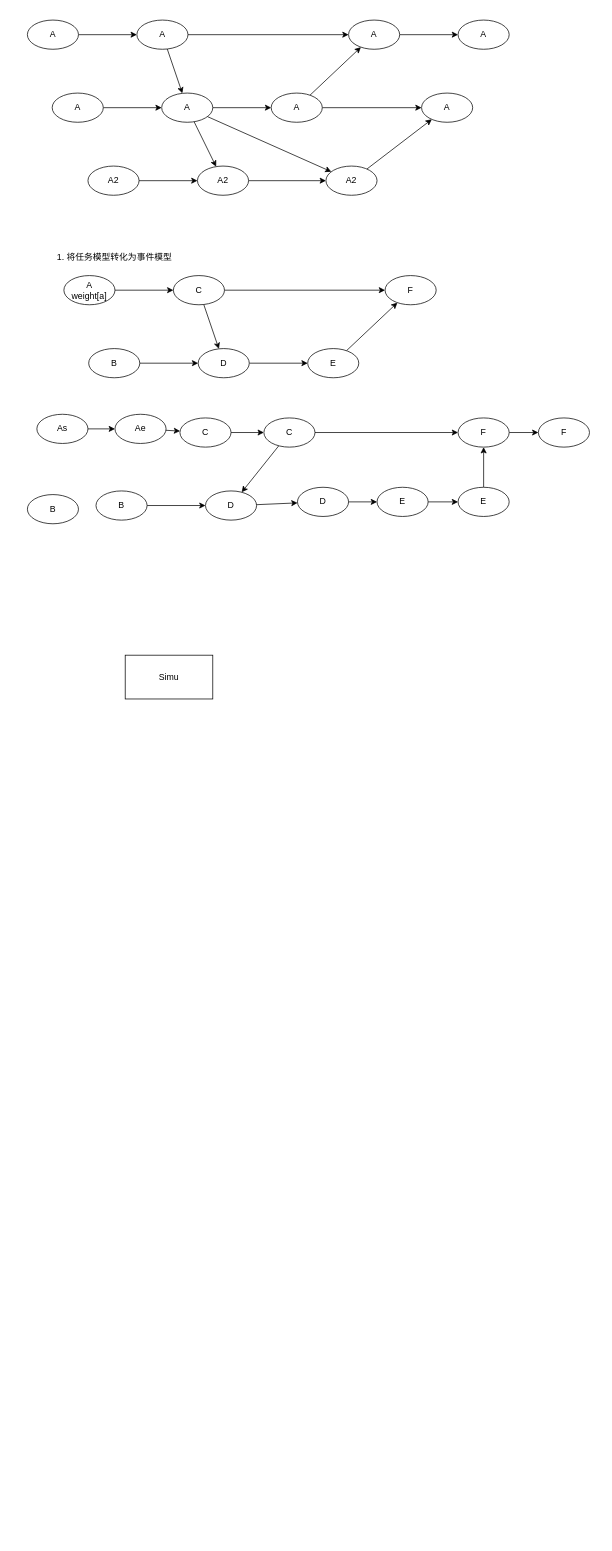
Before: simu.drawio in ShawnZhuang/picture, a draw.io diagram. Source tidied: cells renumbered, new cells numbered last; positions are measured from the earlier drawing's top-left corner, leaving out a move shared by most shapes. Both pictures are drawn from the tidied source at 73%, with x=0, y=0 at pixel (27, 20).
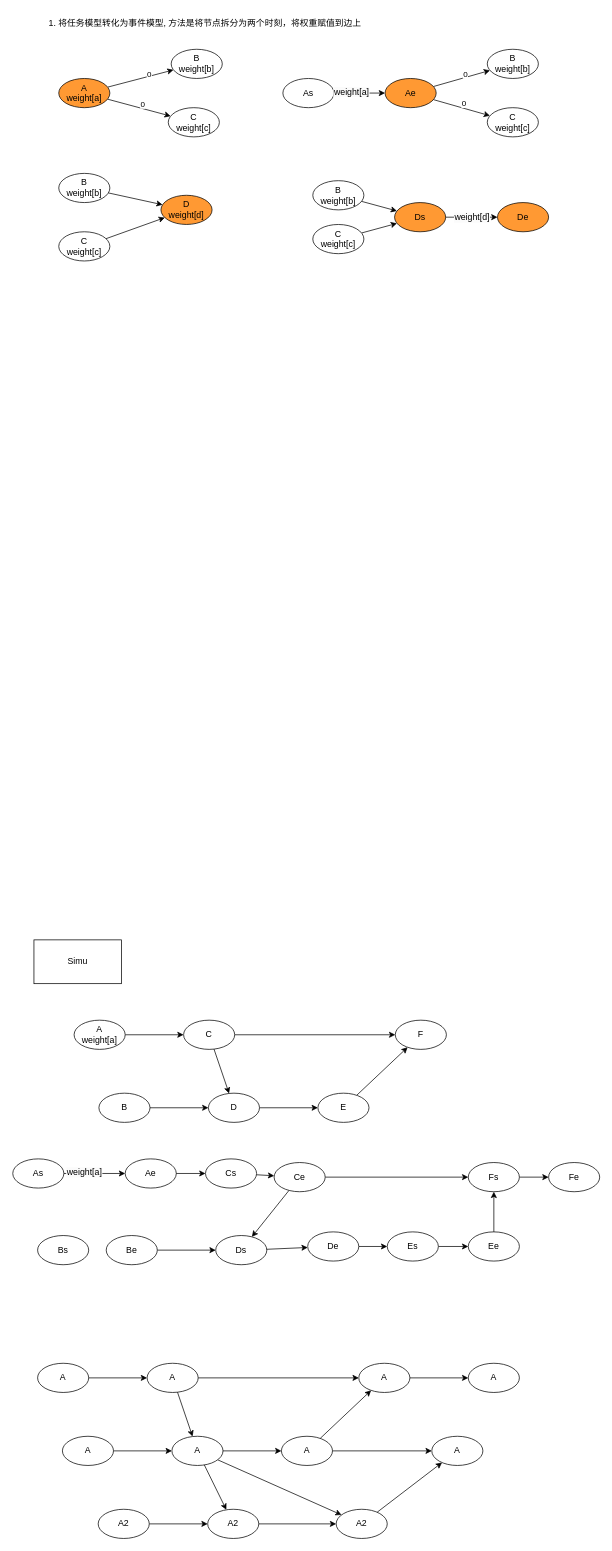
Above is the later version.

The change refers to these unchanged cells:
```xml
<mxCell id="53" style="rounded=0;jettySize=auto;html=1;" parent="1" edge="1" source="47" target="54">
  <mxGeometry relative="1" as="geometry" />
</mxCell>
```

What changed in the source:
```diff
@@
     <mxCell id="2" value="Simu" style="rounded=0;whiteSpace=wrap;html=1;" parent="1" vertex="1">
-      <mxGeometry x="134" y="870" width="120" height="60" as="geometry" />
+      <mxGeometry x="9" y="1260" width="120" height="60" as="geometry" />
     </mxCell>
@@
     <mxCell id="4" value="A2" style="ellipse;whiteSpace=wrap;html=1;" parent="1" vertex="1">
-      <mxGeometry x="83" y="200" width="70" height="40" as="geometry" />
+      <mxGeometry x="97" y="2040" width="70" height="40" as="geometry" />
     </mxCell>
@@
     <mxCell id="6" value="A" style="ellipse;whiteSpace=wrap;html=1;" parent="1" vertex="1">
-      <mxGeometry x="34" y="100" width="70" height="40" as="geometry" />
+      <mxGeometry x="48" y="1940" width="70" height="40" as="geometry" />
     </mxCell>
@@
     <mxCell id="10" value="A" style="ellipse;whiteSpace=wrap;html=1;" parent="1" vertex="1">
-      <mxGeometry x="184" y="100" width="70" height="40" as="geometry" />
+      <mxGeometry x="198" y="1940" width="70" height="40" as="geometry" />
     </mxCell>
@@
     <mxCell id="13" value="A" style="ellipse;whiteSpace=wrap;html=1;" parent="1" vertex="1">
-      <mxGeometry x="334" y="100" width="70" height="40" as="geometry" />
+      <mxGeometry x="348" y="1940" width="70" height="40" as="geometry" />
     </mxCell>
@@
     <mxCell id="15" value="A2" style="ellipse;whiteSpace=wrap;html=1;" parent="1" vertex="1">
-      <mxGeometry x="233" y="200" width="70" height="40" as="geometry" />
+      <mxGeometry x="247" y="2040" width="70" height="40" as="geometry" />
     </mxCell>
@@
     <mxCell id="17" value="A2" style="ellipse;whiteSpace=wrap;html=1;" parent="1" vertex="1">
-      <mxGeometry x="409" y="200" width="70" height="40" as="geometry" />
+      <mxGeometry x="423" y="2040" width="70" height="40" as="geometry" />
     </mxCell>
     <mxCell id="18" value="A" style="ellipse;whiteSpace=wrap;html=1;" parent="1" vertex="1">
-      <mxGeometry x="540" y="100" width="70" height="40" as="geometry" />
+      <mxGeometry x="554" y="1940" width="70" height="40" as="geometry" />
     </mxCell>
@@
     <mxCell id="20" value="A" style="ellipse;whiteSpace=wrap;html=1;" parent="1" vertex="1">
-      <mxGeometry width="70" height="40" as="geometry" />
+      <mxGeometry x="14" y="1840" width="70" height="40" as="geometry" />
     </mxCell>
@@
     <mxCell id="23" value="A" style="ellipse;whiteSpace=wrap;html=1;" parent="1" vertex="1">
-      <mxGeometry x="150" width="70" height="40" as="geometry" />
+      <mxGeometry x="164" y="1840" width="70" height="40" as="geometry" />
     </mxCell>
@@
     <mxCell id="25" value="A" style="ellipse;whiteSpace=wrap;html=1;" parent="1" vertex="1">
-      <mxGeometry x="440" width="70" height="40" as="geometry" />
+      <mxGeometry x="454" y="1840" width="70" height="40" as="geometry" />
     </mxCell>
     <mxCell id="26" value="A" style="ellipse;whiteSpace=wrap;html=1;" parent="1" vertex="1">
-      <mxGeometry x="590" width="70" height="40" as="geometry" />
+      <mxGeometry x="604" y="1840" width="70" height="40" as="geometry" />
     </mxCell>
@@
     <mxCell id="28" value="B" style="ellipse;whiteSpace=wrap;html=1;" parent="1" vertex="1">
-      <mxGeometry x="84" y="450" width="70" height="40" as="geometry" />
+      <mxGeometry x="98" y="1470" width="70" height="40" as="geometry" />
     </mxCell>
@@
     <mxCell id="30" value="D" style="ellipse;whiteSpace=wrap;html=1;" parent="1" vertex="1">
-      <mxGeometry x="234" y="450" width="70" height="40" as="geometry" />
+      <mxGeometry x="248" y="1470" width="70" height="40" as="geometry" />
     </mxCell>
@@
     <mxCell id="32" value="E" style="ellipse;whiteSpace=wrap;html=1;" parent="1" vertex="1">
-      <mxGeometry x="384" y="450" width="70" height="40" as="geometry" />
+      <mxGeometry x="398" y="1470" width="70" height="40" as="geometry" />
     </mxCell>
@@
     <mxCell id="34" value="A&lt;div&gt;weight[a]&lt;/div&gt;" style="ellipse;whiteSpace=wrap;html=1;" parent="1" vertex="1">
-      <mxGeometry x="50" y="350" width="70" height="40" as="geometry" />
+      <mxGeometry x="64" y="1370" width="70" height="40" as="geometry" />
     </mxCell>
@@
     <mxCell id="37" value="C" style="ellipse;whiteSpace=wrap;html=1;" parent="1" vertex="1">
-      <mxGeometry x="200" y="350" width="70" height="40" as="geometry" />
+      <mxGeometry x="214" y="1370" width="70" height="40" as="geometry" />
     </mxCell>
     <mxCell id="38" value="F" style="ellipse;whiteSpace=wrap;html=1;" parent="1" vertex="1">
-      <mxGeometry x="490" y="350" width="70" height="40" as="geometry" />
+      <mxGeometry x="504" y="1370" width="70" height="40" as="geometry" />
     </mxCell>
-    <mxCell id="39" value="1. 将任务模型转化为事件模型" style="text;html=1;align=center;verticalAlign=middle;strokeColor=none;fillColor=none;" parent="1" vertex="1">
-      <mxGeometry x="29" y="310" width="180" height="30" as="geometry" />
+    <mxCell id="39" value="1. 将任务模型转化为事件模型, 方法是将节点拆分为两个时刻，将权重赋值到边上" style="text;html=1;align=center;verticalAlign=middle;strokeColor=none;fillColor=none;" parent="1" vertex="1">
+      <mxGeometry x="18" y="-10" width="450" height="30" as="geometry" />
     </mxCell>
@@
-    <mxCell id="41" value="B" style="ellipse;whiteSpace=wrap;html=1;" parent="1" vertex="1">
-      <mxGeometry x="94" y="645" width="70" height="40" as="geometry" />
+    <mxCell id="41" value="Be" style="ellipse;whiteSpace=wrap;html=1;" parent="1" vertex="1">
+      <mxGeometry x="108" y="1665" width="70" height="40" as="geometry" />
     </mxCell>
@@
-    <mxCell id="43" value="D" style="ellipse;whiteSpace=wrap;html=1;" parent="1" vertex="1">
-      <mxGeometry x="244" y="645" width="70" height="40" as="geometry" />
+    <mxCell id="43" value="Ds" style="ellipse;whiteSpace=wrap;html=1;" parent="1" vertex="1">
+      <mxGeometry x="258" y="1665" width="70" height="40" as="geometry" />
     </mxCell>
@@
-    <mxCell id="45" value="E" style="ellipse;whiteSpace=wrap;html=1;" parent="1" vertex="1">
-      <mxGeometry x="590" y="640" width="70" height="40" as="geometry" />
+    <mxCell id="45" value="Ee" style="ellipse;whiteSpace=wrap;html=1;" parent="1" vertex="1">
+      <mxGeometry x="604" y="1660" width="70" height="40" as="geometry" />
     </mxCell>
@@
     <mxCell id="47" value="As" style="ellipse;whiteSpace=wrap;html=1;" parent="1" vertex="1">
-      <mxGeometry x="13" y="540" width="70" height="40" as="geometry" />
+      <mxGeometry x="-20" y="1560" width="70" height="40" as="geometry" />
     </mxCell>
@@
-    <mxCell id="50" value="C" style="ellipse;whiteSpace=wrap;html=1;" parent="1" vertex="1">
-      <mxGeometry x="324" y="545" width="70" height="40" as="geometry" />
+    <mxCell id="50" value="Ce" style="ellipse;whiteSpace=wrap;html=1;" parent="1" vertex="1">
+      <mxGeometry x="338" y="1565" width="70" height="40" as="geometry" />
     </mxCell>
@@
-    <mxCell id="52" value="F" style="ellipse;whiteSpace=wrap;html=1;" parent="1" vertex="1">
-      <mxGeometry x="590" y="545" width="70" height="40" as="geometry" />
+    <mxCell id="52" value="Fs" style="ellipse;whiteSpace=wrap;html=1;" parent="1" vertex="1">
+      <mxGeometry x="604" y="1565" width="70" height="40" as="geometry" />
     </mxCell>
@@
+    <mxCell id="63" value="&lt;span style=&quot;font-size: 12px; text-wrap: wrap; background-color: rgb(251, 251, 251);&quot;&gt;weight[a]&lt;/span&gt;" style="edgeLabel;html=1;align=center;verticalAlign=middle;" parent="53" vertex="1">
+      <mxGeometry x="-0.35" y="2" relative="1" as="geometry" />
+    </mxCell>
     <mxCell id="54" value="Ae" style="ellipse;whiteSpace=wrap;html=1;" parent="1" vertex="1">
-      <mxGeometry x="120" y="540" width="70" height="40" as="geometry" />
+      <mxGeometry x="134" y="1560" width="70" height="40" as="geometry" />
     </mxCell>
@@
-    <mxCell id="56" value="C" style="ellipse;whiteSpace=wrap;html=1;" parent="1" vertex="1">
-      <mxGeometry x="209" y="545" width="70" height="40" as="geometry" />
+    <mxCell id="56" value="Cs" style="ellipse;whiteSpace=wrap;html=1;" parent="1" vertex="1">
+      <mxGeometry x="244" y="1560" width="70" height="40" as="geometry" />
     </mxCell>
-    <mxCell id="57" value="B" style="ellipse;whiteSpace=wrap;html=1;" parent="1" vertex="1">
-      <mxGeometry y="650" width="70" height="40" as="geometry" />
+    <mxCell id="57" value="Bs" style="ellipse;whiteSpace=wrap;html=1;" parent="1" vertex="1">
+      <mxGeometry x="14" y="1665" width="70" height="40" as="geometry" />
     </mxCell>
@@
-    <mxCell id="59" value="E" style="ellipse;whiteSpace=wrap;html=1;" parent="1" vertex="1">
-      <mxGeometry x="479" y="640" width="70" height="40" as="geometry" />
+    <mxCell id="59" value="Es" style="ellipse;whiteSpace=wrap;html=1;" parent="1" vertex="1">
+      <mxGeometry x="493" y="1660" width="70" height="40" as="geometry" />
     </mxCell>
@@
-    <mxCell id="61" value="D" style="ellipse;whiteSpace=wrap;html=1;" parent="1" vertex="1">
-      <mxGeometry x="370" y="640" width="70" height="40" as="geometry" />
+    <mxCell id="61" value="De" style="ellipse;whiteSpace=wrap;html=1;" parent="1" vertex="1">
+      <mxGeometry x="384" y="1660" width="70" height="40" as="geometry" />
     </mxCell>
-    <mxCell id="62" value="F" style="ellipse;whiteSpace=wrap;html=1;" parent="1" vertex="1">
-      <mxGeometry x="700" y="545" width="70" height="40" as="geometry" />
+    <mxCell id="62" value="Fe" style="ellipse;whiteSpace=wrap;html=1;" parent="1" vertex="1">
+      <mxGeometry x="714" y="1565" width="70" height="40" as="geometry" />
     </mxCell>
+    <mxCell id="64" style="rounded=0;jettySize=auto;html=1;" parent="1" edge="1" source="68" target="69">
+      <mxGeometry relative="1" as="geometry" />
+    </mxCell>
+    <mxCell id="65" value="0" style="edgeLabel;html=1;align=center;verticalAlign=middle;" parent="64" vertex="1">
+      <mxGeometry x="0.27" y="4" relative="1" as="geometry" />
+    </mxCell>
+    <mxCell id="66" style="rounded=0;jettySize=auto;html=1;" parent="1" edge="1" source="68" target="70">
+      <mxGeometry relative="1" as="geometry" />
+    </mxCell>
+    <mxCell id="67" value="0" style="edgeLabel;html=1;align=center;verticalAlign=middle;" parent="66" vertex="1">
+      <mxGeometry x="0.08" y="6" relative="1" as="geometry" />
+    </mxCell>
+    <mxCell id="68" value="A&lt;div&gt;weight[a]&lt;/div&gt;" style="ellipse;whiteSpace=wrap;html=1;fillColor=#FF9933;" parent="1" vertex="1">
+      <mxGeometry x="43" y="80" width="70" height="40" as="geometry" />
+    </mxCell>
+    <mxCell id="69" value="&lt;div&gt;B&lt;/div&gt;&lt;div&gt;weight[b]&lt;/div&gt;" style="ellipse;whiteSpace=wrap;html=1;" parent="1" vertex="1">
+      <mxGeometry x="197" y="40" width="70" height="40" as="geometry" />
+    </mxCell>
+    <mxCell id="70" value="&lt;div&gt;C&lt;/div&gt;&lt;div&gt;weight[c]&lt;/div&gt;" style="ellipse;whiteSpace=wrap;html=1;" parent="1" vertex="1">
+      <mxGeometry x="193" y="120" width="70" height="40" as="geometry" />
+    </mxCell>
+    <mxCell id="71" value="&lt;div&gt;D&lt;/div&gt;&lt;div&gt;weight[d]&lt;/div&gt;" style="ellipse;whiteSpace=wrap;html=1;fillColor=#FF9933;" parent="1" vertex="1">
+      <mxGeometry x="183" y="240" width="70" height="40" as="geometry" />
+    </mxCell>
+    <mxCell id="72" style="rounded=0;jettySize=auto;html=1;" parent="1" edge="1" source="73" target="71">
+      <mxGeometry relative="1" as="geometry" />
+    </mxCell>
+    <mxCell id="73" value="&lt;div&gt;B&lt;/div&gt;&lt;div&gt;weight[b]&lt;/div&gt;" style="ellipse;whiteSpace=wrap;html=1;" parent="1" vertex="1">
+      <mxGeometry x="43" y="210" width="70" height="40" as="geometry" />
+    </mxCell>
+    <mxCell id="74" style="rounded=0;jettySize=auto;html=1;" parent="1" edge="1" source="75" target="71">
+      <mxGeometry relative="1" as="geometry" />
+    </mxCell>
+    <mxCell id="75" value="&lt;div&gt;C&lt;/div&gt;&lt;div&gt;weight[c]&lt;/div&gt;" style="ellipse;whiteSpace=wrap;html=1;" parent="1" vertex="1">
+      <mxGeometry x="43" y="290" width="70" height="40" as="geometry" />
+    </mxCell>
+    <mxCell id="76" style="rounded=0;jettySize=auto;html=1;" parent="1" edge="1" source="80" target="81">
+      <mxGeometry relative="1" as="geometry" />
+    </mxCell>
+    <mxCell id="77" value="0" style="edgeLabel;html=1;align=center;verticalAlign=middle;" parent="76" vertex="1">
+      <mxGeometry x="0.14" y="5" relative="1" as="geometry" />
+    </mxCell>
+    <mxCell id="78" style="rounded=0;jettySize=auto;html=1;" parent="1" edge="1" source="80" target="82">
+      <mxGeometry relative="1" as="geometry" />
+    </mxCell>
+    <mxCell id="79" value="0" style="edgeLabel;html=1;align=center;verticalAlign=middle;" parent="78" vertex="1">
+      <mxGeometry x="0.03" y="7" relative="1" as="geometry" />
+    </mxCell>
+    <mxCell id="80" value="Ae" style="ellipse;whiteSpace=wrap;html=1;fillColor=#FF9933;" parent="1" vertex="1">
+      <mxGeometry x="490" y="80" width="70" height="40" as="geometry" />
+    </mxCell>
+    <mxCell id="81" value="&lt;div&gt;B&lt;/div&gt;&lt;div&gt;weight[b]&lt;/div&gt;" style="ellipse;whiteSpace=wrap;html=1;" parent="1" vertex="1">
+      <mxGeometry x="630" y="40" width="70" height="40" as="geometry" />
+    </mxCell>
+    <mxCell id="82" value="&lt;div&gt;C&lt;/div&gt;&lt;div&gt;weight[c]&lt;/div&gt;" style="ellipse;whiteSpace=wrap;html=1;" parent="1" vertex="1">
+      <mxGeometry x="630" y="120" width="70" height="40" as="geometry" />
+    </mxCell>
+    <mxCell id="83" value="As" style="ellipse;whiteSpace=wrap;html=1;" parent="1" vertex="1">
+      <mxGeometry x="350" y="80" width="70" height="40" as="geometry" />
+    </mxCell>
+    <mxCell id="84" style="rounded=0;jettySize=auto;html=1;entryX=0;entryY=0.5;entryDx=0;entryDy=0;" parent="1" edge="1" source="83" target="80">
+      <mxGeometry relative="1" as="geometry" />
+    </mxCell>
+    <mxCell id="85" value="&lt;span style=&quot;font-size: 12px; text-wrap: wrap; background-color: rgb(251, 251, 251);&quot;&gt;weight[a]&lt;/span&gt;" style="edgeLabel;html=1;align=center;verticalAlign=middle;" parent="84" vertex="1">
+      <mxGeometry x="-0.35" y="2" relative="1" as="geometry" />
+    </mxCell>
+    <mxCell id="86" style="edgeStyle=orthogonalEdgeStyle;rounded=0;jettySize=auto;html=1;" parent="1" edge="1" source="88" target="93">
+      <mxGeometry relative="1" as="geometry" />
+    </mxCell>
+    <mxCell id="87" value="&lt;span style=&quot;font-size: 12px; text-wrap: wrap; background-color: rgb(251, 251, 251);&quot;&gt;weight[d]&lt;/span&gt;" style="edgeLabel;html=1;align=center;verticalAlign=middle;" parent="86" vertex="1">
+      <mxGeometry x="-0.01" relative="1" as="geometry" />
+    </mxCell>
+    <mxCell id="88" value="&lt;div&gt;Ds&lt;/div&gt;" style="ellipse;whiteSpace=wrap;html=1;fillColor=#FF9933;" parent="1" vertex="1">
+      <mxGeometry x="503" y="250" width="70" height="40" as="geometry" />
+    </mxCell>
+    <mxCell id="89" style="rounded=0;jettySize=auto;html=1;" parent="1" edge="1" source="90" target="88">
+      <mxGeometry relative="1" as="geometry" />
+    </mxCell>
+    <mxCell id="90" value="&lt;div&gt;B&lt;/div&gt;&lt;div&gt;weight[b]&lt;/div&gt;" style="ellipse;whiteSpace=wrap;html=1;" parent="1" vertex="1">
+      <mxGeometry x="391" y="220" width="70" height="40" as="geometry" />
+    </mxCell>
+    <mxCell id="91" style="rounded=0;jettySize=auto;html=1;" parent="1" edge="1" source="92" target="88">
+      <mxGeometry relative="1" as="geometry" />
+    </mxCell>
+    <mxCell id="92" value="&lt;div&gt;C&lt;/div&gt;&lt;div&gt;weight[c]&lt;/div&gt;" style="ellipse;whiteSpace=wrap;html=1;" parent="1" vertex="1">
+      <mxGeometry x="391" y="280" width="70" height="40" as="geometry" />
+    </mxCell>
+    <mxCell id="93" value="&lt;div&gt;De&lt;/div&gt;" style="ellipse;whiteSpace=wrap;html=1;fillColor=#FF9933;" parent="1" vertex="1">
+      <mxGeometry x="644" y="250" width="70" height="40" as="geometry" />
+    </mxCell>
```
